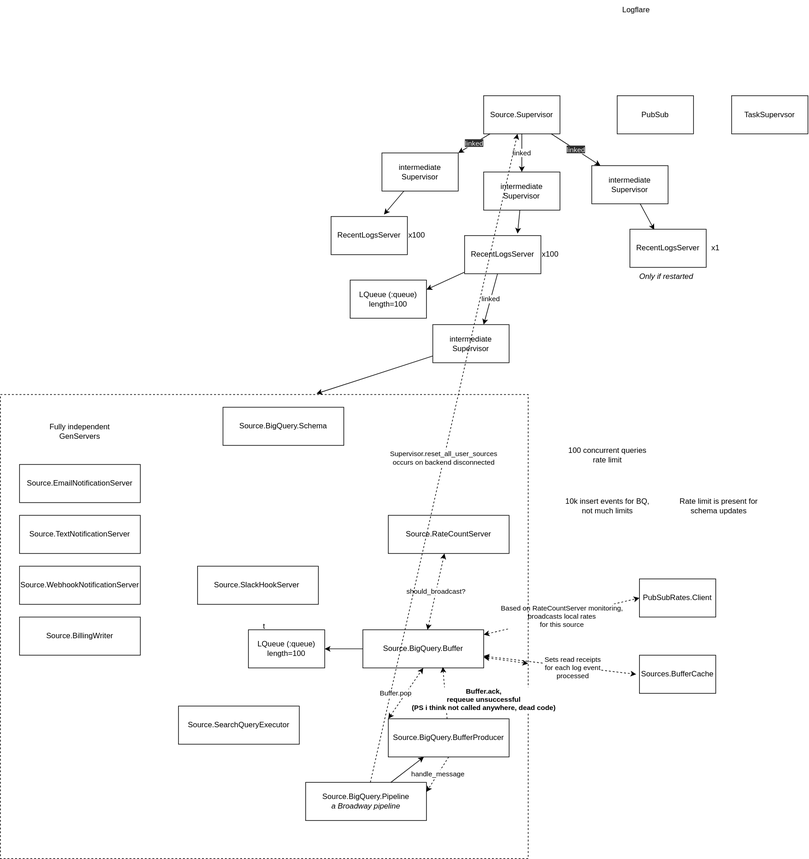
The draw.io diagram architecture.drawio.svg in Logflare/logflare, before a commit. Source tidied: cells renumbered, new cells last; positions are measured from the earlier drawing's top-left corner, leaving out a move shared by most shapes. Its diagram source:
```xml
<mxGraphModel>
  <root>
    <mxCell id="0" />
    <mxCell id="1" parent="0" />
    <mxCell id="2" value="Logflare" style="text;html=1;strokeColor=none;fillColor=none;align=center;verticalAlign=middle;whiteSpace=wrap;rounded=0;" parent="1" vertex="1">
      <mxGeometry x="970" width="60" height="30" as="geometry" />
    </mxCell>
    <mxCell id="3" value="&lt;meta charset=&quot;utf-8&quot;&gt;&lt;span style=&quot;color: rgb(240, 240, 240); font-family: helvetica; font-size: 11px; font-style: normal; font-weight: 400; letter-spacing: normal; text-align: center; text-indent: 0px; text-transform: none; word-spacing: 0px; background-color: rgb(42, 42, 42); display: inline; float: none;&quot;&gt;linked&lt;/span&gt;" style="edgeStyle=none;html=1;entryX=1;entryY=0;entryDx=0;entryDy=0;" parent="1" edge="1" source="6" target="8">
      <mxGeometry relative="1" as="geometry" />
    </mxCell>
    <mxCell id="4" value="linked" style="edgeStyle=none;html=1;entryX=0.5;entryY=0;entryDx=0;entryDy=0;" parent="1" edge="1" source="6" target="14">
      <mxGeometry relative="1" as="geometry" />
    </mxCell>
    <mxCell id="5" value="&lt;meta charset=&quot;utf-8&quot;&gt;&lt;span style=&quot;color: rgb(240, 240, 240); font-family: helvetica; font-size: 11px; font-style: normal; font-weight: 400; letter-spacing: normal; text-align: center; text-indent: 0px; text-transform: none; word-spacing: 0px; background-color: rgb(42, 42, 42); display: inline; float: none;&quot;&gt;linked&lt;/span&gt;" style="edgeStyle=none;html=1;" parent="1" edge="1" source="6" target="20">
      <mxGeometry relative="1" as="geometry" />
    </mxCell>
    <mxCell id="6" value="Source.Supervisor" style="rounded=0;whiteSpace=wrap;html=1;" parent="1" vertex="1">
      <mxGeometry x="760" y="150" width="120" height="60" as="geometry" />
    </mxCell>
    <mxCell id="7" style="edgeStyle=none;html=1;entryX=0.694;entryY=-0.053;entryDx=0;entryDy=0;entryPerimeter=0;" parent="1" edge="1" source="8" target="10">
      <mxGeometry relative="1" as="geometry" />
    </mxCell>
    <mxCell id="8" value="intermediate Supervisor" style="rounded=0;whiteSpace=wrap;html=1;" parent="1" vertex="1">
      <mxGeometry x="600" y="240" width="120" height="60" as="geometry" />
    </mxCell>
    <mxCell id="9" style="group;" parent="1" vertex="1">
      <mxGeometry x="520" y="340" width="150" height="60" as="geometry" />
    </mxCell>
    <mxCell id="10" value="RecentLogsServer" style="rounded=0;whiteSpace=wrap;html=1;" parent="9" vertex="1">
      <mxGeometry width="120" height="60" as="geometry" />
    </mxCell>
    <mxCell id="11" style="edgeStyle=none;html=1;" parent="9" edge="1" source="12" target="10">
      <mxGeometry relative="1" as="geometry" />
    </mxCell>
    <mxCell id="12" value="x100" style="text;html=1;strokeColor=none;fillColor=none;align=center;verticalAlign=middle;whiteSpace=wrap;rounded=0;" parent="9" vertex="1">
      <mxGeometry x="120" y="15" width="30" height="30" as="geometry" />
    </mxCell>
    <mxCell id="13" style="edgeStyle=none;html=1;entryX=0.694;entryY=-0.053;entryDx=0;entryDy=0;entryPerimeter=0;" parent="1" edge="1" source="14" target="16">
      <mxGeometry relative="1" as="geometry" />
    </mxCell>
    <mxCell id="14" value="intermediate Supervisor" style="rounded=0;whiteSpace=wrap;html=1;" parent="1" vertex="1">
      <mxGeometry x="760" y="270" width="120" height="60" as="geometry" />
    </mxCell>
    <mxCell id="15" style="group;" parent="1" vertex="1">
      <mxGeometry x="730" y="370" width="150" height="60" as="geometry" />
    </mxCell>
    <mxCell id="16" value="RecentLogsServer" style="rounded=0;whiteSpace=wrap;html=1;" parent="15" vertex="1">
      <mxGeometry width="120" height="60" as="geometry" />
    </mxCell>
    <mxCell id="17" style="edgeStyle=none;html=1;" parent="15" edge="1" source="18" target="16">
      <mxGeometry relative="1" as="geometry" />
    </mxCell>
    <mxCell id="18" value="x100" style="text;html=1;strokeColor=none;fillColor=none;align=center;verticalAlign=middle;whiteSpace=wrap;rounded=0;" parent="15" vertex="1">
      <mxGeometry x="120" y="15" width="30" height="30" as="geometry" />
    </mxCell>
    <mxCell id="19" style="edgeStyle=none;html=1;entryX=0.319;entryY=0.015;entryDx=0;entryDy=0;entryPerimeter=0;" parent="1" edge="1" source="20" target="22">
      <mxGeometry relative="1" as="geometry" />
    </mxCell>
    <mxCell id="20" value="intermediate Supervisor" style="rounded=0;whiteSpace=wrap;html=1;" parent="1" vertex="1">
      <mxGeometry x="930" y="260" width="120" height="60" as="geometry" />
    </mxCell>
    <mxCell id="21" style="group;" parent="1" vertex="1">
      <mxGeometry x="990" y="360" width="150" height="60" as="geometry" />
    </mxCell>
    <mxCell id="22" value="RecentLogsServer" style="rounded=0;whiteSpace=wrap;html=1;" parent="21" vertex="1">
      <mxGeometry width="120" height="60" as="geometry" />
    </mxCell>
    <mxCell id="23" style="edgeStyle=none;html=1;" parent="21" edge="1" source="24" target="22">
      <mxGeometry relative="1" as="geometry" />
    </mxCell>
    <mxCell id="24" value="x1" style="text;html=1;strokeColor=none;fillColor=none;align=center;verticalAlign=middle;whiteSpace=wrap;rounded=0;" parent="21" vertex="1">
      <mxGeometry x="120" y="15" width="30" height="30" as="geometry" />
    </mxCell>
    <mxCell id="25" value="Only if restarted" style="text;html=1;strokeColor=none;fillColor=none;align=center;verticalAlign=middle;whiteSpace=wrap;rounded=0;fontStyle=2;" parent="1" vertex="1">
      <mxGeometry x="1000" y="420" width="95" height="30" as="geometry" />
    </mxCell>
    <mxCell id="26" value="linked" style="edgeStyle=none;html=1;" parent="1" edge="1" source="16">
      <mxGeometry relative="1" as="geometry">
        <mxPoint x="760" y="510" as="targetPoint" />
      </mxGeometry>
    </mxCell>
    <mxCell id="27" value="PubSub" style="rounded=0;whiteSpace=wrap;html=1;" parent="1" vertex="1">
      <mxGeometry x="970" y="150" width="120" height="60" as="geometry" />
    </mxCell>
    <mxCell id="28" style="edgeStyle=none;html=1;entryX=0.599;entryY=-0.002;entryDx=0;entryDy=0;entryPerimeter=0;" parent="1" edge="1" source="29" target="39">
      <mxGeometry relative="1" as="geometry" />
    </mxCell>
    <mxCell id="29" value="intermediate Supervisor" style="rounded=0;whiteSpace=wrap;html=1;" parent="1" vertex="1">
      <mxGeometry x="680" y="510" width="120" height="60" as="geometry" />
    </mxCell>
    <mxCell id="30" value="TaskSupervsor" style="rounded=0;whiteSpace=wrap;html=1;" parent="1" vertex="1">
      <mxGeometry x="1150" y="150" width="120" height="60" as="geometry" />
    </mxCell>
    <mxCell id="31" value="LQueue (:queue)&lt;br&gt;length=100" style="rounded=0;whiteSpace=wrap;html=1;strokeColor=default;fillColor=none;" parent="1" vertex="1">
      <mxGeometry x="550" y="440" width="120" height="60" as="geometry" />
    </mxCell>
    <mxCell id="32" style="edgeStyle=none;html=1;entryX=1;entryY=0.25;entryDx=0;entryDy=0;" parent="1" edge="1" source="16" target="31">
      <mxGeometry relative="1" as="geometry" />
    </mxCell>
    <mxCell id="33" value="LQueue (:queue)&lt;br&gt;length=100" style="rounded=0;whiteSpace=wrap;html=1;strokeColor=default;fillColor=none;" parent="1" vertex="1">
      <mxGeometry x="390" y="990" width="120" height="60" as="geometry" />
    </mxCell>
    <mxCell id="34" style="edgeStyle=none;html=1;entryX=1;entryY=0.5;entryDx=0;entryDy=0;" parent="1" edge="1" source="47" target="33">
      <mxGeometry relative="1" as="geometry" />
    </mxCell>
    <mxCell id="35" value="PubSubRates.Client" style="rounded=0;whiteSpace=wrap;html=1;" parent="1" vertex="1">
      <mxGeometry x="1005" y="910" width="120" height="60" as="geometry" />
    </mxCell>
    <mxCell id="36" value="Based on RateCountServer monitoring,&lt;br&gt;broadcasts local rates&lt;br&gt;&amp;nbsp;for this source" style="edgeStyle=none;html=1;entryX=0;entryY=0.5;entryDx=0;entryDy=0;startArrow=classic;startFill=1;dashed=1;" parent="1" edge="1" source="47" target="35">
      <mxGeometry relative="1" as="geometry" />
    </mxCell>
    <mxCell id="37" value="Sources.BufferCache" style="rounded=0;whiteSpace=wrap;html=1;" parent="1" vertex="1">
      <mxGeometry x="1005" y="1030" width="120" height="60" as="geometry" />
    </mxCell>
    <mxCell id="38" value="Sets read receipts &lt;br&gt;for each log event&lt;br&gt;&amp;nbsp;processed" style="edgeStyle=none;html=1;dashed=1;startArrow=classic;startFill=1;" parent="1" edge="1" source="47">
      <mxGeometry x="0.17" y="-2" relative="1" as="geometry">
        <mxPoint x="1000" y="1060" as="targetPoint" />
      </mxGeometry>
    </mxCell>
    <mxCell id="39" value="t" style="rounded=0;whiteSpace=wrap;html=1;dashed=1;strokeColor=default;fillColor=none;" parent="1" vertex="1">
      <mxGeometry y="620" width="830" height="730" as="geometry" />
    </mxCell>
    <mxCell id="40" value="Source.RateCountServer" style="rounded=0;whiteSpace=wrap;html=1;" parent="1" vertex="1">
      <mxGeometry x="610" y="810" width="190" height="60" as="geometry" />
    </mxCell>
    <mxCell id="41" value="Source.EmailNotificationServer" style="rounded=0;whiteSpace=wrap;html=1;" parent="1" vertex="1">
      <mxGeometry x="30" y="730" width="190" height="60" as="geometry" />
    </mxCell>
    <mxCell id="42" value="Source.TextNotificationServer" style="rounded=0;whiteSpace=wrap;html=1;" parent="1" vertex="1">
      <mxGeometry x="30" y="810" width="190" height="60" as="geometry" />
    </mxCell>
    <mxCell id="43" value="Source.WebhookNotificationServer" style="rounded=0;whiteSpace=wrap;html=1;" parent="1" vertex="1">
      <mxGeometry x="30" y="890" width="190" height="60" as="geometry" />
    </mxCell>
    <mxCell id="44" value="Source.SlackHookServer&lt;span style=&quot;color: rgba(0 , 0 , 0 , 0) ; font-family: monospace ; font-size: 0px&quot;&gt;%3CmxGraphModel%3E%3Croot%3E%3CmxCell%20id%3D%220%22%2F%3E%3CmxCell%20id%3D%221%22%20parent%3D%220%22%2F%3E%3CmxCell%20id%3D%222%22%20value%3D%22WebhookNotificationServer%22%20style%3D%22rounded%3D0%3BwhiteSpace%3Dwrap%3Bhtml%3D1%3B%22%20vertex%3D%221%22%20parent%3D%221%22%3E%3CmxGeometry%20x%3D%2210%22%20y%3D%22670%22%20width%3D%22150%22%20height%3D%2260%22%20as%3D%22geometry%22%2F%3E%3C%2FmxCell%3E%3C%2Froot%3E%3C%So2FmxGraphModel%3E&lt;/span&gt;" style="rounded=0;whiteSpace=wrap;html=1;" parent="1" vertex="1">
      <mxGeometry x="310" y="890" width="190" height="60" as="geometry" />
    </mxCell>
    <mxCell id="45" style="edgeStyle=none;html=1;dashed=1;startArrow=classic;startFill=1;" parent="1" edge="1" source="47" target="39">
      <mxGeometry relative="1" as="geometry" />
    </mxCell>
    <mxCell id="46" value="should_broadcast?" style="edgeStyle=none;html=1;dashed=1;startArrow=classic;startFill=1;" parent="1" edge="1" source="47" target="40">
      <mxGeometry relative="1" as="geometry" />
    </mxCell>
    <mxCell id="47" value="Source.BigQuery.Buffer" style="rounded=0;whiteSpace=wrap;html=1;" parent="1" vertex="1">
      <mxGeometry x="570" y="990" width="190" height="60" as="geometry" />
    </mxCell>
    <mxCell id="48" value="Source.BigQuery.Schema" style="rounded=0;whiteSpace=wrap;html=1;" parent="1" vertex="1">
      <mxGeometry x="350" y="640" width="190" height="60" as="geometry" />
    </mxCell>
    <mxCell id="49" style="edgeStyle=none;html=1;startArrow=none;startFill=0;" parent="1" edge="1" source="51" target="58">
      <mxGeometry relative="1" as="geometry" />
    </mxCell>
    <mxCell id="50" value="Supervisor.reset_all_user_sources&lt;br&gt;occurs on backend disconnected" style="edgeStyle=none;html=1;dashed=1;startArrow=none;startFill=0;" parent="1" edge="1" source="51" target="6">
      <mxGeometry relative="1" as="geometry" />
    </mxCell>
    <mxCell id="51" value="Source.BigQuery.Pipeline&lt;br&gt;&lt;i&gt;a Broadway pipeline&lt;/i&gt;" style="rounded=0;whiteSpace=wrap;html=1;" parent="1" vertex="1">
      <mxGeometry x="480" y="1230" width="190" height="60" as="geometry" />
    </mxCell>
    <mxCell id="52" value="Source.SearchQueryExecutor" style="rounded=0;whiteSpace=wrap;html=1;" parent="1" vertex="1">
      <mxGeometry x="280" y="1110" width="190" height="60" as="geometry" />
    </mxCell>
    <mxCell id="53" value="Source.BillingWriter" style="rounded=0;whiteSpace=wrap;html=1;" parent="1" vertex="1">
      <mxGeometry x="30" y="970" width="190" height="60" as="geometry" />
    </mxCell>
    <mxCell id="54" value="Fully independent GenServers" style="text;html=1;strokeColor=none;fillColor=none;align=center;verticalAlign=middle;whiteSpace=wrap;rounded=0;" parent="1" vertex="1">
      <mxGeometry x="55" y="655" width="140" height="45" as="geometry" />
    </mxCell>
    <mxCell id="55" value="Buffer.pop_many" style="edgeStyle=none;html=1;entryX=0.5;entryY=1;entryDx=0;entryDy=0;dashed=1;startArrow=classic;startFill=1;exitX=0;exitY=0;exitDx=0;exitDy=0;" parent="1" edge="1" source="58" target="47">
      <mxGeometry relative="1" as="geometry" />
    </mxCell>
    <mxCell id="56" value="handle_message" style="edgeStyle=none;html=1;entryX=1;entryY=0.25;entryDx=0;entryDy=0;startArrow=none;startFill=0;exitX=0.5;exitY=1;exitDx=0;exitDy=0;dashed=1;" parent="1" edge="1" source="58" target="51">
      <mxGeometry relative="1" as="geometry" />
    </mxCell>
    <mxCell id="57" value="Buffer.ack, &lt;br&gt;requeue unsuccessful&lt;br&gt;(PS i think not called anywhere, dead code)" style="edgeStyle=none;html=1;entryX=0.662;entryY=0.974;entryDx=0;entryDy=0;entryPerimeter=0;dashed=1;startArrow=none;startFill=0;fontStyle=1;" parent="1" edge="1" source="58" target="47">
      <mxGeometry x="-0.39" y="-60" relative="1" as="geometry" />
    </mxCell>
    <mxCell id="58" value="Source.BigQuery.BufferProducer" style="rounded=0;whiteSpace=wrap;html=1;" parent="1" vertex="1">
      <mxGeometry x="610" y="1130" width="190" height="60" as="geometry" />
    </mxCell>
    <mxCell id="59" value="100 concurrent queries rate limit" style="text;html=1;strokeColor=none;fillColor=none;align=center;verticalAlign=middle;whiteSpace=wrap;rounded=0;" parent="1" vertex="1">
      <mxGeometry x="885" y="680" width="140" height="70" as="geometry" />
    </mxCell>
    <mxCell id="60" value="10k insert events for BQ, not much limits" style="text;html=1;strokeColor=none;fillColor=none;align=center;verticalAlign=middle;whiteSpace=wrap;rounded=0;" parent="1" vertex="1">
      <mxGeometry x="885" y="760" width="140" height="70" as="geometry" />
    </mxCell>
    <mxCell id="61" value="Rate limit is present for schema updates" style="text;html=1;strokeColor=none;fillColor=none;align=center;verticalAlign=middle;whiteSpace=wrap;rounded=0;" parent="1" vertex="1">
      <mxGeometry x="1060" y="760" width="140" height="70" as="geometry" />
    </mxCell>
  </root>
</mxGraphModel>
```
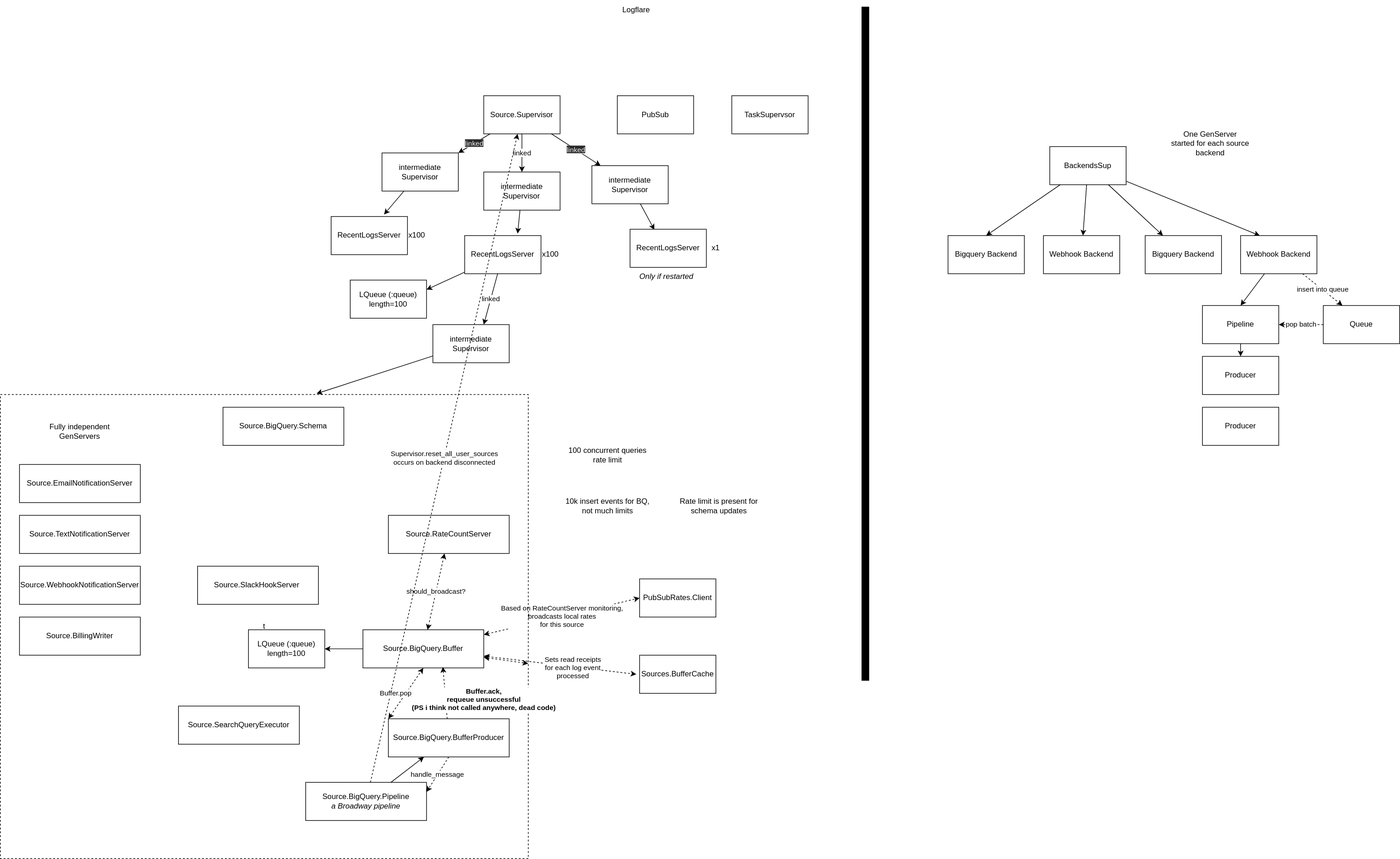
Later version of the same file.

Commit message:
updated architecture diagram

What changed in the source:
```diff
@@ -186,5 +186,65 @@
     <mxCell id="61" value="Rate limit is present for schema updates" style="text;html=1;strokeColor=none;fillColor=none;align=center;verticalAlign=middle;whiteSpace=wrap;rounded=0;" parent="1" vertex="1">
       <mxGeometry x="1060" y="760" width="140" height="70" as="geometry" />
     </mxCell>
+    <mxCell id="62" style="endArrow=none;html=1;strokeWidth=12;" parent="1" edge="1">
+      <mxGeometry relative="1" as="geometry">
+        <mxPoint x="1360" y="1070" as="sourcePoint" />
+        <mxPoint x="1360" y="10" as="targetPoint" />
+      </mxGeometry>
+    </mxCell>
+    <mxCell id="63" style="edgeStyle=none;html=1;entryX=0.5;entryY=0;entryDx=0;entryDy=0;strokeWidth=1;" parent="1" edge="1" source="67" target="68">
+      <mxGeometry relative="1" as="geometry" />
+    </mxCell>
+    <mxCell id="64" style="edgeStyle=none;html=1;strokeWidth=1;" parent="1" edge="1" source="67" target="69">
+      <mxGeometry relative="1" as="geometry" />
+    </mxCell>
+    <mxCell id="65" style="edgeStyle=none;html=1;strokeWidth=1;" parent="1" edge="1" source="67" target="70">
+      <mxGeometry relative="1" as="geometry" />
+    </mxCell>
+    <mxCell id="66" style="edgeStyle=none;html=1;entryX=0.25;entryY=0;entryDx=0;entryDy=0;strokeWidth=1;" parent="1" edge="1" source="67" target="73">
+      <mxGeometry relative="1" as="geometry" />
+    </mxCell>
+    <mxCell id="67" value="BackendsSup" style="rounded=0;whiteSpace=wrap;html=1;" parent="1" vertex="1">
+      <mxGeometry x="1650" y="230" width="120" height="60" as="geometry" />
+    </mxCell>
+    <mxCell id="68" value="Bigquery Backend" style="rounded=0;whiteSpace=wrap;html=1;" parent="1" vertex="1">
+      <mxGeometry x="1490" y="370" width="120" height="60" as="geometry" />
+    </mxCell>
+    <mxCell id="69" value="Webhook Backend" style="rounded=0;whiteSpace=wrap;html=1;" parent="1" vertex="1">
+      <mxGeometry x="1640" y="370" width="120" height="60" as="geometry" />
+    </mxCell>
+    <mxCell id="70" value="Bigquery Backend" style="rounded=0;whiteSpace=wrap;html=1;" parent="1" vertex="1">
+      <mxGeometry x="1800" y="370" width="120" height="60" as="geometry" />
+    </mxCell>
+    <mxCell id="71" value="insert into queue" style="edgeStyle=none;html=1;entryX=0.25;entryY=0;entryDx=0;entryDy=0;dashed=1;strokeWidth=1;" parent="1" edge="1" source="73" target="76">
+      <mxGeometry relative="1" as="geometry" />
+    </mxCell>
+    <mxCell id="72" style="edgeStyle=none;html=1;entryX=0.5;entryY=0;entryDx=0;entryDy=0;strokeWidth=1;" parent="1" edge="1" source="73" target="78">
+      <mxGeometry relative="1" as="geometry" />
+    </mxCell>
+    <mxCell id="73" value="Webhook Backend" style="rounded=0;whiteSpace=wrap;html=1;" parent="1" vertex="1">
+      <mxGeometry x="1950" y="370" width="120" height="60" as="geometry" />
+    </mxCell>
+    <mxCell id="74" value="One GenServer started for each source backend" style="text;html=1;strokeColor=none;fillColor=none;align=center;verticalAlign=middle;whiteSpace=wrap;rounded=0;" parent="1" vertex="1">
+      <mxGeometry x="1840" y="190" width="125" height="70" as="geometry" />
+    </mxCell>
+    <mxCell id="75" value="pop batch" style="edgeStyle=none;html=1;entryX=1;entryY=0.5;entryDx=0;entryDy=0;strokeWidth=1;dashed=1;" parent="1" edge="1" source="76" target="78">
+      <mxGeometry relative="1" as="geometry" />
+    </mxCell>
+    <mxCell id="76" value="Queue" style="rounded=0;whiteSpace=wrap;html=1;" parent="1" vertex="1">
+      <mxGeometry x="2080" y="480" width="120" height="60" as="geometry" />
+    </mxCell>
+    <mxCell id="77" style="edgeStyle=none;html=1;strokeWidth=1;entryX=0.5;entryY=0;entryDx=0;entryDy=0;" parent="1" edge="1" source="78" target="79">
+      <mxGeometry relative="1" as="geometry" />
+    </mxCell>
+    <mxCell id="78" value="Pipeline" style="rounded=0;whiteSpace=wrap;html=1;" parent="1" vertex="1">
+      <mxGeometry x="1890" y="480" width="120" height="60" as="geometry" />
+    </mxCell>
+    <mxCell id="79" value="Producer" style="rounded=0;whiteSpace=wrap;html=1;" parent="1" vertex="1">
+      <mxGeometry x="1890" y="560" width="120" height="60" as="geometry" />
+    </mxCell>
+    <mxCell id="80" value="Producer" style="rounded=0;whiteSpace=wrap;html=1;" parent="1" vertex="1">
+      <mxGeometry x="1890" y="640" width="120" height="60" as="geometry" />
+    </mxCell>
   </root>
 </mxGraphModel>
```
